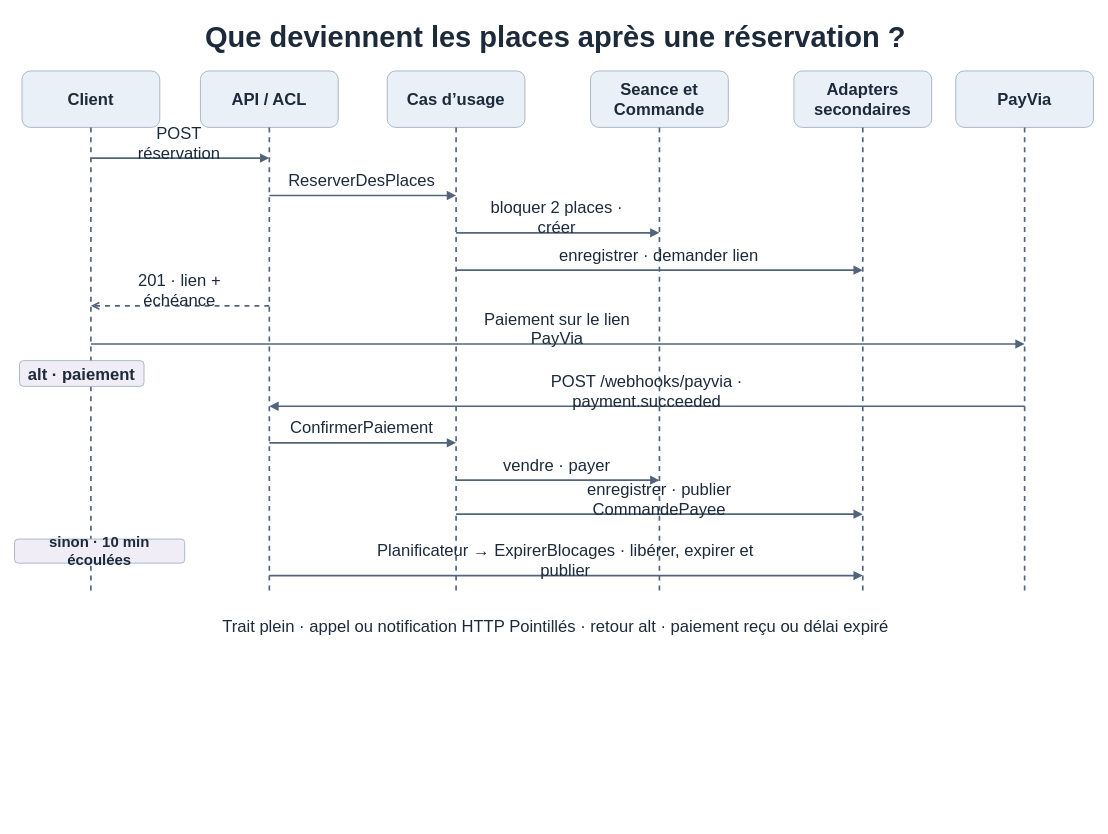
Before: docs/diagrammes/4-sequence-reserver-payer.drawio in BicMehdi/ecrans-villeneuve-equipe11, a draw.io diagram. Source tidied: cells renumbered, new cells numbered last; positions are measured from the earlier drawing's top-left corner, leaving out a move shared by most shapes. Both pictures are drawn from the tidied source at 83%, with x=0, y=0 at pixel (14, 14).
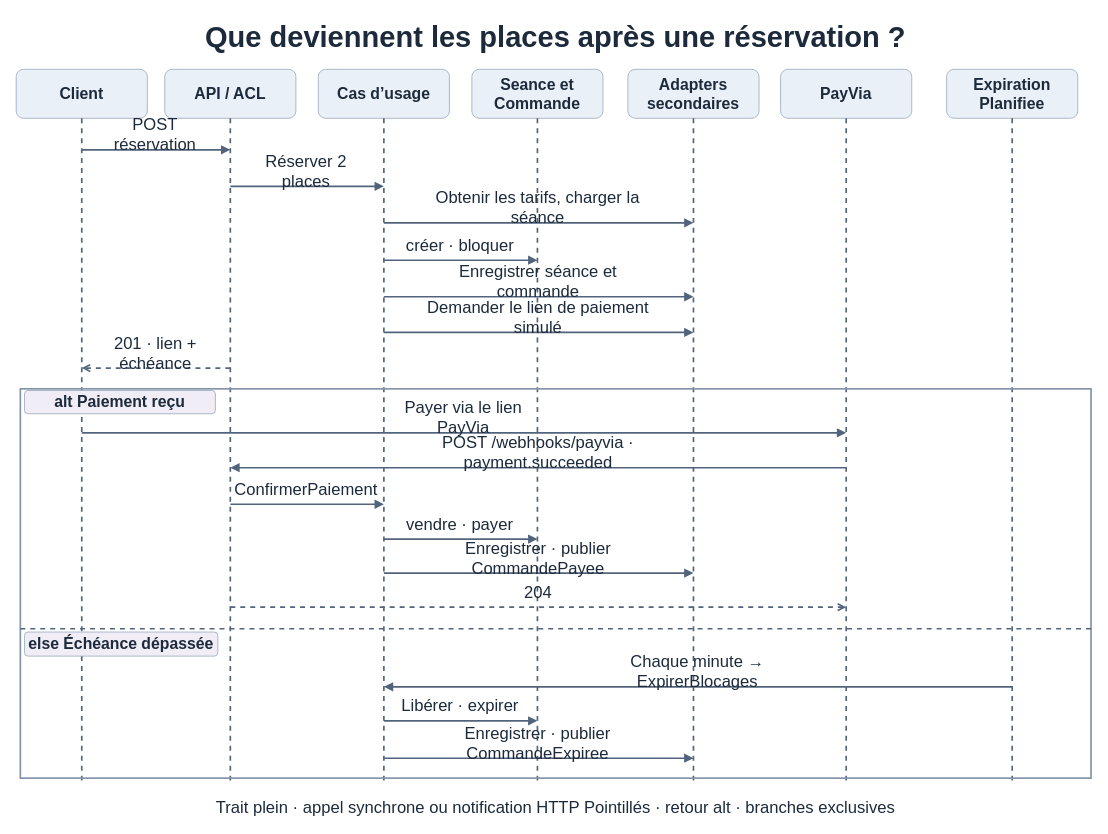
Above is the later version.

Change to the diagram source:
```diff
@@
-    <mxCell id="3" value="Trait plein · appel ou notification HTTP     Pointillés · retour     alt · paiement reçu ou délai expiré" style="whiteSpace=wrap;align=center;verticalAlign=middle;html=0;fontColor=#1C2A3B;fontSize=20;fontStyle=0;strokeColor=none;fillColor=none;" parent="1" vertex="1">
-      <mxGeometry x="16" y="719" width="1272" height="34" as="geometry" />
+    <mxCell id="3" value="Trait plein · appel synchrone ou notification HTTP   Pointillés · retour   alt · branches exclusives" style="whiteSpace=wrap;align=center;verticalAlign=middle;html=0;fontColor=#1C2A3B;fontSize=20;fontStyle=0;strokeColor=none;fillColor=none;" parent="1" vertex="1">
+      <mxGeometry x="16" y="937" width="1272" height="34" as="geometry" />
     </mxCell>
-    <mxCell id="4" value="Client" style="whiteSpace=wrap;align=center;verticalAlign=middle;html=0;fontColor=#1C2A3B;fontSize=20;fontStyle=1;rounded=1;fillColor=#EAF0F7;strokeColor=#9BACBE;" parent="1" vertex="1">
-      <mxGeometry x="9" y="68" width="166" height="68" as="geometry" />
+    <mxCell id="4" value="Client" style="whiteSpace=wrap;align=center;verticalAlign=middle;html=0;fontColor=#1C2A3B;fontSize=19;fontStyle=1;rounded=1;fillColor=#EAF0F7;strokeColor=#9BACBE;" parent="1" vertex="1">
+      <mxGeometry x="2" y="66" width="158" height="59" as="geometry" />
     </mxCell>
     <mxCell id="5" style="endArrow=none;dashed=1;strokeWidth=2;strokeColor=#52647C;" parent="1" edge="1">
       <mxGeometry relative="1" as="geometry">
-        <mxPoint x="92" y="136" as="sourcePoint" />
-        <mxPoint x="92" y="697" as="targetPoint" />
+        <mxPoint x="81" y="125" as="sourcePoint" />
+        <mxPoint x="81" y="926" as="targetPoint" />
       </mxGeometry>
     </mxCell>
-    <mxCell id="6" value="API / ACL" style="whiteSpace=wrap;align=center;verticalAlign=middle;html=0;fontColor=#1C2A3B;fontSize=20;fontStyle=1;rounded=1;fillColor=#EAF0F7;strokeColor=#9BACBE;" parent="1" vertex="1">
-      <mxGeometry x="224" y="68" width="166" height="68" as="geometry" />
+    <mxCell id="6" value="API / ACL" style="whiteSpace=wrap;align=center;verticalAlign=middle;html=0;fontColor=#1C2A3B;fontSize=19;fontStyle=1;rounded=1;fillColor=#EAF0F7;strokeColor=#9BACBE;" parent="1" vertex="1">
+      <mxGeometry x="181" y="66" width="158" height="59" as="geometry" />
     </mxCell>
     <mxCell id="7" style="endArrow=none;dashed=1;strokeWidth=2;strokeColor=#52647C;" parent="1" edge="1">
       <mxGeometry relative="1" as="geometry">
-        <mxPoint x="307" y="136" as="sourcePoint" />
-        <mxPoint x="307" y="697" as="targetPoint" />
+        <mxPoint x="260" y="125" as="sourcePoint" />
+        <mxPoint x="260" y="926" as="targetPoint" />
       </mxGeometry>
     </mxCell>
-    <mxCell id="8" value="Cas d’usage" style="whiteSpace=wrap;align=center;verticalAlign=middle;html=0;fontColor=#1C2A3B;fontSize=20;fontStyle=1;rounded=1;fillColor=#EAF0F7;strokeColor=#9BACBE;" parent="1" vertex="1">
-      <mxGeometry x="449" y="68" width="166" height="68" as="geometry" />
+    <mxCell id="8" value="Cas d’usage" style="whiteSpace=wrap;align=center;verticalAlign=middle;html=0;fontColor=#1C2A3B;fontSize=19;fontStyle=1;rounded=1;fillColor=#EAF0F7;strokeColor=#9BACBE;" parent="1" vertex="1">
+      <mxGeometry x="366" y="66" width="158" height="59" as="geometry" />
     </mxCell>
     <mxCell id="9" style="endArrow=none;dashed=1;strokeWidth=2;strokeColor=#52647C;" parent="1" edge="1">
       <mxGeometry relative="1" as="geometry">
-        <mxPoint x="532" y="136" as="sourcePoint" />
-        <mxPoint x="532" y="697" as="targetPoint" />
+        <mxPoint x="445" y="125" as="sourcePoint" />
+        <mxPoint x="445" y="926" as="targetPoint" />
       </mxGeometry>
     </mxCell>
-    <mxCell id="10" value="Seance et&#10;Commande" style="whiteSpace=wrap;align=center;verticalAlign=middle;html=0;fontColor=#1C2A3B;fontSize=20;fontStyle=1;rounded=1;fillColor=#EAF0F7;strokeColor=#9BACBE;" parent="1" vertex="1">
-      <mxGeometry x="694" y="68" width="166" height="68" as="geometry" />
+    <mxCell id="10" value="Seance et&#10;Commande" style="whiteSpace=wrap;align=center;verticalAlign=middle;html=0;fontColor=#1C2A3B;fontSize=19;fontStyle=1;rounded=1;fillColor=#EAF0F7;strokeColor=#9BACBE;" parent="1" vertex="1">
+      <mxGeometry x="551" y="66" width="158" height="59" as="geometry" />
     </mxCell>
     <mxCell id="11" style="endArrow=none;dashed=1;strokeWidth=2;strokeColor=#52647C;" parent="1" edge="1">
       <mxGeometry relative="1" as="geometry">
-        <mxPoint x="777" y="136" as="sourcePoint" />
-        <mxPoint x="777" y="697" as="targetPoint" />
+        <mxPoint x="630" y="125" as="sourcePoint" />
+        <mxPoint x="630" y="926" as="targetPoint" />
       </mxGeometry>
     </mxCell>
-    <mxCell id="12" value="Adapters&#10;secondaires" style="whiteSpace=wrap;align=center;verticalAlign=middle;html=0;fontColor=#1C2A3B;fontSize=20;fontStyle=1;rounded=1;fillColor=#EAF0F7;strokeColor=#9BACBE;" parent="1" vertex="1">
-      <mxGeometry x="939" y="68" width="166" height="68" as="geometry" />
+    <mxCell id="12" value="Adapters&#10;secondaires" style="whiteSpace=wrap;align=center;verticalAlign=middle;html=0;fontColor=#1C2A3B;fontSize=19;fontStyle=1;rounded=1;fillColor=#EAF0F7;strokeColor=#9BACBE;" parent="1" vertex="1">
+      <mxGeometry x="739" y="66" width="158" height="59" as="geometry" />
     </mxCell>
     <mxCell id="13" style="endArrow=none;dashed=1;strokeWidth=2;strokeColor=#52647C;" parent="1" edge="1">
       <mxGeometry relative="1" as="geometry">
-        <mxPoint x="1022" y="136" as="sourcePoint" />
-        <mxPoint x="1022" y="697" as="targetPoint" />
+        <mxPoint x="818" y="125" as="sourcePoint" />
+        <mxPoint x="818" y="926" as="targetPoint" />
       </mxGeometry>
     </mxCell>
-    <mxCell id="14" value="PayVia" style="whiteSpace=wrap;align=center;verticalAlign=middle;html=0;fontColor=#1C2A3B;fontSize=20;fontStyle=1;rounded=1;fillColor=#EAF0F7;strokeColor=#9BACBE;" parent="1" vertex="1">
-      <mxGeometry x="1134" y="68" width="166" height="68" as="geometry" />
+    <mxCell id="14" value="PayVia" style="whiteSpace=wrap;align=center;verticalAlign=middle;html=0;fontColor=#1C2A3B;fontSize=19;fontStyle=1;rounded=1;fillColor=#EAF0F7;strokeColor=#9BACBE;" parent="1" vertex="1">
+      <mxGeometry x="923" y="66" width="158" height="59" as="geometry" />
     </mxCell>
     <mxCell id="15" style="endArrow=none;dashed=1;strokeWidth=2;strokeColor=#52647C;" parent="1" edge="1">
       <mxGeometry relative="1" as="geometry">
-        <mxPoint x="1217" y="136" as="sourcePoint" />
-        <mxPoint x="1217" y="697" as="targetPoint" />
+        <mxPoint x="1002" y="125" as="sourcePoint" />
+        <mxPoint x="1002" y="926" as="targetPoint" />
       </mxGeometry>
     </mxCell>
-    <mxCell id="16" style="endArrow=block;dashed=0;strokeWidth=2;strokeColor=#52647C;" parent="1" edge="1">
-      <mxGeometry relative="1" as="geometry">
-        <mxPoint x="92" y="173" as="sourcePoint" />
-        <mxPoint x="307" y="173" as="targetPoint" />
-      </mxGeometry>
+    <mxCell id="16" value="Expiration&#10;Planifiee" style="whiteSpace=wrap;align=center;verticalAlign=middle;html=0;fontColor=#1C2A3B;fontSize=19;fontStyle=1;rounded=1;fillColor=#EAF0F7;strokeColor=#9BACBE;" parent="1" vertex="1">
+      <mxGeometry x="1123" y="66" width="158" height="59" as="geometry" />
     </mxCell>
-    <mxCell id="17" value="POST réservation" style="whiteSpace=wrap;align=center;verticalAlign=middle;html=0;fontColor=#1C2A3B;fontSize=20;fontStyle=0;strokeColor=none;fillColor=none;" parent="1" vertex="1">
-      <mxGeometry x="119" y="141" width="159" height="26" as="geometry" />
+    <mxCell id="17" style="endArrow=none;dashed=1;strokeWidth=2;strokeColor=#52647C;" parent="1" edge="1">
+      <mxGeometry relative="1" as="geometry">
+        <mxPoint x="1202" y="125" as="sourcePoint" />
+        <mxPoint x="1202" y="926" as="targetPoint" />
+      </mxGeometry>
     </mxCell>
     <mxCell id="18" style="endArrow=block;dashed=0;strokeWidth=2;strokeColor=#52647C;" parent="1" edge="1">
       <mxGeometry relative="1" as="geometry">
-        <mxPoint x="307" y="218" as="sourcePoint" />
-        <mxPoint x="532" y="218" as="targetPoint" />
+        <mxPoint x="81" y="163" as="sourcePoint" />
+        <mxPoint x="260" y="163" as="targetPoint" />
       </mxGeometry>
     </mxCell>
-    <mxCell id="19" value="ReserverDesPlaces" style="whiteSpace=wrap;align=center;verticalAlign=middle;html=0;fontColor=#1C2A3B;fontSize=20;fontStyle=0;strokeColor=none;fillColor=none;" parent="1" vertex="1">
-      <mxGeometry x="334" y="186" width="169" height="26" as="geometry" />
+    <mxCell id="19" value="POST réservation" style="whiteSpace=wrap;align=center;verticalAlign=middle;html=0;fontColor=#1C2A3B;fontSize=20;fontStyle=0;strokeColor=none;fillColor=none;" parent="1" vertex="1">
+      <mxGeometry x="90" y="131" width="159" height="26" as="geometry" />
     </mxCell>
     <mxCell id="20" style="endArrow=block;dashed=0;strokeWidth=2;strokeColor=#52647C;" parent="1" edge="1">
       <mxGeometry relative="1" as="geometry">
-        <mxPoint x="532" y="263" as="sourcePoint" />
-        <mxPoint x="777" y="263" as="targetPoint" />
+        <mxPoint x="260" y="207" as="sourcePoint" />
+        <mxPoint x="445" y="207" as="targetPoint" />
       </mxGeometry>
     </mxCell>
-    <mxCell id="21" value="bloquer 2 places · créer" style="whiteSpace=wrap;align=center;verticalAlign=middle;html=0;fontColor=#1C2A3B;fontSize=20;fontStyle=0;strokeColor=none;fillColor=none;" parent="1" vertex="1">
-      <mxGeometry x="548" y="231" width="211" height="26" as="geometry" />
+    <mxCell id="21" value="Réserver 2 places" style="whiteSpace=wrap;align=center;verticalAlign=middle;html=0;fontColor=#1C2A3B;fontSize=20;fontStyle=0;strokeColor=none;fillColor=none;" parent="1" vertex="1">
+      <mxGeometry x="272" y="175" width="159" height="26" as="geometry" />
     </mxCell>
     <mxCell id="22" style="endArrow=block;dashed=0;strokeWidth=2;strokeColor=#52647C;" parent="1" edge="1">
       <mxGeometry relative="1" as="geometry">
-        <mxPoint x="532" y="308" as="sourcePoint" />
-        <mxPoint x="1022" y="308" as="targetPoint" />
+        <mxPoint x="445" y="251" as="sourcePoint" />
+        <mxPoint x="818" y="251" as="targetPoint" />
       </mxGeometry>
     </mxCell>
-    <mxCell id="23" value="enregistrer · demander lien" style="whiteSpace=wrap;align=center;verticalAlign=middle;html=0;fontColor=#1C2A3B;fontSize=20;fontStyle=0;strokeColor=none;fillColor=none;" parent="1" vertex="1">
-      <mxGeometry x="655" y="276" width="243" height="26" as="geometry" />
+    <mxCell id="23" value="Obtenir les tarifs, charger la séance" style="whiteSpace=wrap;align=center;verticalAlign=middle;html=0;fontColor=#1C2A3B;fontSize=20;fontStyle=0;strokeColor=none;fillColor=none;" parent="1" vertex="1">
+      <mxGeometry x="475" y="219" width="311" height="26" as="geometry" />
     </mxCell>
-    <mxCell id="24" style="endArrow=open;dashed=1;strokeWidth=2;strokeColor=#52647C;" parent="1" edge="1">
+    <mxCell id="24" style="endArrow=block;dashed=0;strokeWidth=2;strokeColor=#52647C;" parent="1" edge="1">
       <mxGeometry relative="1" as="geometry">
-        <mxPoint x="307" y="351" as="sourcePoint" />
-        <mxPoint x="92" y="351" as="targetPoint" />
+        <mxPoint x="445" y="296" as="sourcePoint" />
+        <mxPoint x="630" y="296" as="targetPoint" />
       </mxGeometry>
     </mxCell>
-    <mxCell id="25" value="201 · lien + échéance" style="whiteSpace=wrap;align=center;verticalAlign=middle;html=0;fontColor=#1C2A3B;fontSize=20;fontStyle=0;strokeColor=none;fillColor=none;" parent="1" vertex="1">
-      <mxGeometry x="103" y="319" width="192" height="26" as="geometry" />
+    <mxCell id="25" value="créer · bloquer" style="whiteSpace=wrap;align=center;verticalAlign=middle;html=0;fontColor=#1C2A3B;fontSize=20;fontStyle=0;strokeColor=none;fillColor=none;" parent="1" vertex="1">
+      <mxGeometry x="469" y="264" width="136" height="26" as="geometry" />
     </mxCell>
     <mxCell id="26" style="endArrow=block;dashed=0;strokeWidth=2;strokeColor=#52647C;" parent="1" edge="1">
       <mxGeometry relative="1" as="geometry">
-        <mxPoint x="92" y="397" as="sourcePoint" />
-        <mxPoint x="1217" y="397" as="targetPoint" />
+        <mxPoint x="445" y="340" as="sourcePoint" />
+        <mxPoint x="818" y="340" as="targetPoint" />
       </mxGeometry>
     </mxCell>
-    <mxCell id="27" value="Paiement sur le lien PayVia" style="whiteSpace=wrap;align=center;verticalAlign=middle;html=0;fontColor=#1C2A3B;fontSize=20;fontStyle=0;strokeColor=none;fillColor=none;" parent="1" vertex="1">
-      <mxGeometry x="534" y="365" width="240" height="26" as="geometry" />
+    <mxCell id="27" value="Enregistrer séance et commande" style="whiteSpace=wrap;align=center;verticalAlign=middle;html=0;fontColor=#1C2A3B;fontSize=20;fontStyle=0;strokeColor=none;fillColor=none;" parent="1" vertex="1">
+      <mxGeometry x="485" y="308" width="292" height="26" as="geometry" />
     </mxCell>
-    <mxCell id="28" value="alt · paiement" style="whiteSpace=wrap;align=center;verticalAlign=middle;html=0;fontColor=#1C2A3B;fontSize=20;fontStyle=1;rounded=1;fillColor=#F1EDF7;strokeColor=#9BACBE;" parent="1" vertex="1">
-      <mxGeometry x="6" y="417" width="150" height="31" as="geometry" />
+    <mxCell id="28" style="endArrow=block;dashed=0;strokeWidth=2;strokeColor=#52647C;" parent="1" edge="1">
+      <mxGeometry relative="1" as="geometry">
+        <mxPoint x="445" y="383" as="sourcePoint" />
+        <mxPoint x="818" y="383" as="targetPoint" />
+      </mxGeometry>
     </mxCell>
-    <mxCell id="29" style="endArrow=block;dashed=0;strokeWidth=2;strokeColor=#52647C;" parent="1" edge="1">
-      <mxGeometry relative="1" as="geometry">
-        <mxPoint x="1217" y="472" as="sourcePoint" />
-        <mxPoint x="307" y="472" as="targetPoint" />
-      </mxGeometry>
+    <mxCell id="29" value="Demander le lien de paiement simulé" style="whiteSpace=wrap;align=center;verticalAlign=middle;html=0;fontColor=#1C2A3B;fontSize=20;fontStyle=0;strokeColor=none;fillColor=none;" parent="1" vertex="1">
+      <mxGeometry x="465" y="351" width="332" height="26" as="geometry" />
     </mxCell>
-    <mxCell id="30" value="POST /webhooks/payvia · payment.succeeded" style="whiteSpace=wrap;align=center;verticalAlign=middle;html=0;fontColor=#1C2A3B;fontSize=20;fontStyle=0;strokeColor=none;fillColor=none;" parent="1" vertex="1">
-      <mxGeometry x="557" y="440" width="410" height="26" as="geometry" />
+    <mxCell id="30" style="endArrow=open;dashed=1;strokeWidth=2;strokeColor=#52647C;" parent="1" edge="1">
+      <mxGeometry relative="1" as="geometry">
+        <mxPoint x="260" y="426" as="sourcePoint" />
+        <mxPoint x="81" y="426" as="targetPoint" />
+      </mxGeometry>
     </mxCell>
-    <mxCell id="31" style="endArrow=block;dashed=0;strokeWidth=2;strokeColor=#52647C;" parent="1" edge="1">
-      <mxGeometry relative="1" as="geometry">
-        <mxPoint x="307" y="516" as="sourcePoint" />
-        <mxPoint x="532" y="516" as="targetPoint" />
-      </mxGeometry>
+    <mxCell id="31" value="201 · lien + échéance" style="whiteSpace=wrap;align=center;verticalAlign=middle;html=0;fontColor=#1C2A3B;fontSize=20;fontStyle=0;strokeColor=none;fillColor=none;" parent="1" vertex="1">
+      <mxGeometry x="74" y="394" width="192" height="26" as="geometry" />
     </mxCell>
-    <mxCell id="32" value="ConfirmerPaiement" style="whiteSpace=wrap;align=center;verticalAlign=middle;html=0;fontColor=#1C2A3B;fontSize=20;fontStyle=0;strokeColor=none;fillColor=none;" parent="1" vertex="1">
-      <mxGeometry x="330" y="484" width="177" height="26" as="geometry" />
+    <mxCell id="32" style="rounded=0;fillColor=none;strokeColor=#8293A8;strokeWidth=2;" parent="1" vertex="1">
+      <mxGeometry x="7" y="451" width="1290" height="469" as="geometry" />
     </mxCell>
-    <mxCell id="33" style="endArrow=block;dashed=0;strokeWidth=2;strokeColor=#52647C;" parent="1" edge="1">
-      <mxGeometry relative="1" as="geometry">
-        <mxPoint x="532" y="561" as="sourcePoint" />
-        <mxPoint x="777" y="561" as="targetPoint" />
-      </mxGeometry>
+    <mxCell id="33" value="alt  Paiement reçu" style="whiteSpace=wrap;align=center;verticalAlign=middle;html=0;fontColor=#1C2A3B;fontSize=19;fontStyle=1;rounded=1;fillColor=#F1EDF7;strokeColor=#9BACBE;" parent="1" vertex="1">
+      <mxGeometry x="12" y="453" width="230" height="28" as="geometry" />
     </mxCell>
-    <mxCell id="34" value="vendre · payer" style="whiteSpace=wrap;align=center;verticalAlign=middle;html=0;fontColor=#1C2A3B;fontSize=20;fontStyle=0;strokeColor=none;fillColor=none;" parent="1" vertex="1">
-      <mxGeometry x="587" y="529" width="133" height="26" as="geometry" />
+    <mxCell id="34" style="endArrow=block;dashed=0;strokeWidth=2;strokeColor=#52647C;" parent="1" edge="1">
+      <mxGeometry relative="1" as="geometry">
+        <mxPoint x="81" y="504" as="sourcePoint" />
+        <mxPoint x="1002" y="504" as="targetPoint" />
+      </mxGeometry>
     </mxCell>
-    <mxCell id="35" style="endArrow=block;dashed=0;strokeWidth=2;strokeColor=#52647C;" parent="1" edge="1">
-      <mxGeometry relative="1" as="geometry">
-        <mxPoint x="532" y="602" as="sourcePoint" />
-        <mxPoint x="1022" y="602" as="targetPoint" />
-      </mxGeometry>
+    <mxCell id="35" value="Payer via le lien PayVia" style="whiteSpace=wrap;align=center;verticalAlign=middle;html=0;fontColor=#1C2A3B;fontSize=20;fontStyle=0;strokeColor=none;fillColor=none;" parent="1" vertex="1">
+      <mxGeometry x="438" y="472" width="206" height="26" as="geometry" />
     </mxCell>
-    <mxCell id="36" value="enregistrer · publier CommandePayee" style="whiteSpace=wrap;align=center;verticalAlign=middle;html=0;fontColor=#1C2A3B;fontSize=20;fontStyle=0;strokeColor=none;fillColor=none;" parent="1" vertex="1">
-      <mxGeometry x="609" y="570" width="336" height="26" as="geometry" />
+    <mxCell id="36" style="endArrow=block;dashed=0;strokeWidth=2;strokeColor=#52647C;" parent="1" edge="1">
+      <mxGeometry relative="1" as="geometry">
+        <mxPoint x="1002" y="546" as="sourcePoint" />
+        <mxPoint x="260" y="546" as="targetPoint" />
+      </mxGeometry>
     </mxCell>
-    <mxCell id="37" value="sinon · 10 min écoulées" style="whiteSpace=wrap;align=center;verticalAlign=middle;html=0;fontColor=#1C2A3B;fontSize=18;fontStyle=1;rounded=1;fillColor=#F1EDF7;strokeColor=#9BACBE;" parent="1" vertex="1">
-      <mxGeometry y="632" width="205" height="29" as="geometry" />
+    <mxCell id="37" value="POST /webhooks/payvia · payment.succeeded" style="whiteSpace=wrap;align=center;verticalAlign=middle;html=0;fontColor=#1C2A3B;fontSize=20;fontStyle=0;strokeColor=none;fillColor=none;" parent="1" vertex="1">
+      <mxGeometry x="426" y="514" width="410" height="26" as="geometry" />
     </mxCell>
     <mxCell id="38" style="endArrow=block;dashed=0;strokeWidth=2;strokeColor=#52647C;" parent="1" edge="1">
       <mxGeometry relative="1" as="geometry">
-        <mxPoint x="307" y="676" as="sourcePoint" />
-        <mxPoint x="1022" y="676" as="targetPoint" />
+        <mxPoint x="260" y="590" as="sourcePoint" />
+        <mxPoint x="445" y="590" as="targetPoint" />
       </mxGeometry>
     </mxCell>
-    <mxCell id="39" value="Planificateur → ExpirerBlocages · libérer, expirer et publier" style="whiteSpace=wrap;align=center;verticalAlign=middle;html=0;fontColor=#1C2A3B;fontSize=20;fontStyle=0;strokeColor=none;fillColor=none;" parent="1" vertex="1">
-      <mxGeometry x="410" y="644" width="508" height="26" as="geometry" />
+    <mxCell id="39" value="ConfirmerPaiement" style="whiteSpace=wrap;align=center;verticalAlign=middle;html=0;fontColor=#1C2A3B;fontSize=20;fontStyle=0;strokeColor=none;fillColor=none;" parent="1" vertex="1">
+      <mxGeometry x="263" y="558" width="177" height="26" as="geometry" />
     </mxCell>
+    <mxCell id="40" style="endArrow=block;dashed=0;strokeWidth=2;strokeColor=#52647C;" parent="1" edge="1">
+      <mxGeometry relative="1" as="geometry">
+        <mxPoint x="445" y="632" as="sourcePoint" />
+        <mxPoint x="630" y="632" as="targetPoint" />
+      </mxGeometry>
+    </mxCell>
+    <mxCell id="41" value="vendre · payer" style="whiteSpace=wrap;align=center;verticalAlign=middle;html=0;fontColor=#1C2A3B;fontSize=20;fontStyle=0;strokeColor=none;fillColor=none;" parent="1" vertex="1">
+      <mxGeometry x="470" y="600" width="133" height="26" as="geometry" />
+    </mxCell>
+    <mxCell id="42" style="endArrow=block;dashed=0;strokeWidth=2;strokeColor=#52647C;" parent="1" edge="1">
+      <mxGeometry relative="1" as="geometry">
+        <mxPoint x="445" y="673" as="sourcePoint" />
+        <mxPoint x="818" y="673" as="targetPoint" />
+      </mxGeometry>
+    </mxCell>
+    <mxCell id="43" value="Enregistrer · publier CommandePayee" style="whiteSpace=wrap;align=center;verticalAlign=middle;html=0;fontColor=#1C2A3B;fontSize=20;fontStyle=0;strokeColor=none;fillColor=none;" parent="1" vertex="1">
+      <mxGeometry x="463" y="641" width="336" height="26" as="geometry" />
+    </mxCell>
+    <mxCell id="44" style="endArrow=open;dashed=1;strokeWidth=2;strokeColor=#52647C;" parent="1" edge="1">
+      <mxGeometry relative="1" as="geometry">
+        <mxPoint x="260" y="714" as="sourcePoint" />
+        <mxPoint x="1002" y="714" as="targetPoint" />
+      </mxGeometry>
+    </mxCell>
+    <mxCell id="45" value="204" style="whiteSpace=wrap;align=center;verticalAlign=middle;html=0;fontColor=#1C2A3B;fontSize=20;fontStyle=0;strokeColor=none;fillColor=none;" parent="1" vertex="1">
+      <mxGeometry x="601" y="682" width="60" height="26" as="geometry" />
+    </mxCell>
+    <mxCell id="46" style="endArrow=none;dashed=1;strokeWidth=2;strokeColor=#52647C;" parent="1" edge="1">
+      <mxGeometry relative="1" as="geometry">
+        <mxPoint x="7" y="740" as="sourcePoint" />
+        <mxPoint x="1297" y="740" as="targetPoint" />
+      </mxGeometry>
+    </mxCell>
+    <mxCell id="47" value="else  Échéance dépassée" style="whiteSpace=wrap;align=center;verticalAlign=middle;html=0;fontColor=#1C2A3B;fontSize=19;fontStyle=1;rounded=1;fillColor=#F1EDF7;strokeColor=#9BACBE;" parent="1" vertex="1">
+      <mxGeometry x="12" y="744" width="233" height="29" as="geometry" />
+    </mxCell>
+    <mxCell id="48" style="endArrow=block;dashed=0;strokeWidth=2;strokeColor=#52647C;" parent="1" edge="1">
+      <mxGeometry relative="1" as="geometry">
+        <mxPoint x="1202" y="810" as="sourcePoint" />
+        <mxPoint x="445" y="810" as="targetPoint" />
+      </mxGeometry>
+    </mxCell>
+    <mxCell id="49" value="Chaque minute → ExpirerBlocages" style="whiteSpace=wrap;align=center;verticalAlign=middle;html=0;fontColor=#1C2A3B;fontSize=20;fontStyle=0;strokeColor=none;fillColor=none;" parent="1" vertex="1">
+      <mxGeometry x="670" y="778" width="306" height="26" as="geometry" />
+    </mxCell>
+    <mxCell id="50" style="endArrow=block;dashed=0;strokeWidth=2;strokeColor=#52647C;" parent="1" edge="1">
+      <mxGeometry relative="1" as="geometry">
+        <mxPoint x="445" y="851" as="sourcePoint" />
+        <mxPoint x="630" y="851" as="targetPoint" />
+      </mxGeometry>
+    </mxCell>
+    <mxCell id="51" value="Libérer · expirer" style="whiteSpace=wrap;align=center;verticalAlign=middle;html=0;fontColor=#1C2A3B;fontSize=20;fontStyle=0;strokeColor=none;fillColor=none;" parent="1" vertex="1">
+      <mxGeometry x="465" y="819" width="144" height="26" as="geometry" />
+    </mxCell>
+    <mxCell id="52" style="endArrow=block;dashed=0;strokeWidth=2;strokeColor=#52647C;" parent="1" edge="1">
+      <mxGeometry relative="1" as="geometry">
+        <mxPoint x="445" y="896" as="sourcePoint" />
+        <mxPoint x="818" y="896" as="targetPoint" />
+      </mxGeometry>
+    </mxCell>
+    <mxCell id="53" value="Enregistrer · publier CommandeExpiree" style="whiteSpace=wrap;align=center;verticalAlign=middle;html=0;fontColor=#1C2A3B;fontSize=20;fontStyle=0;strokeColor=none;fillColor=none;" parent="1" vertex="1">
+      <mxGeometry x="456" y="864" width="349" height="26" as="geometry" />
+    </mxCell>
```
